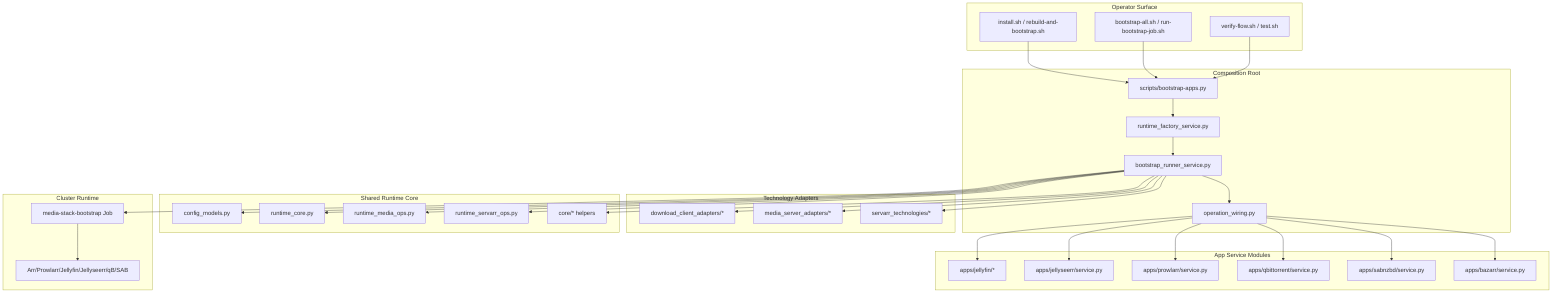
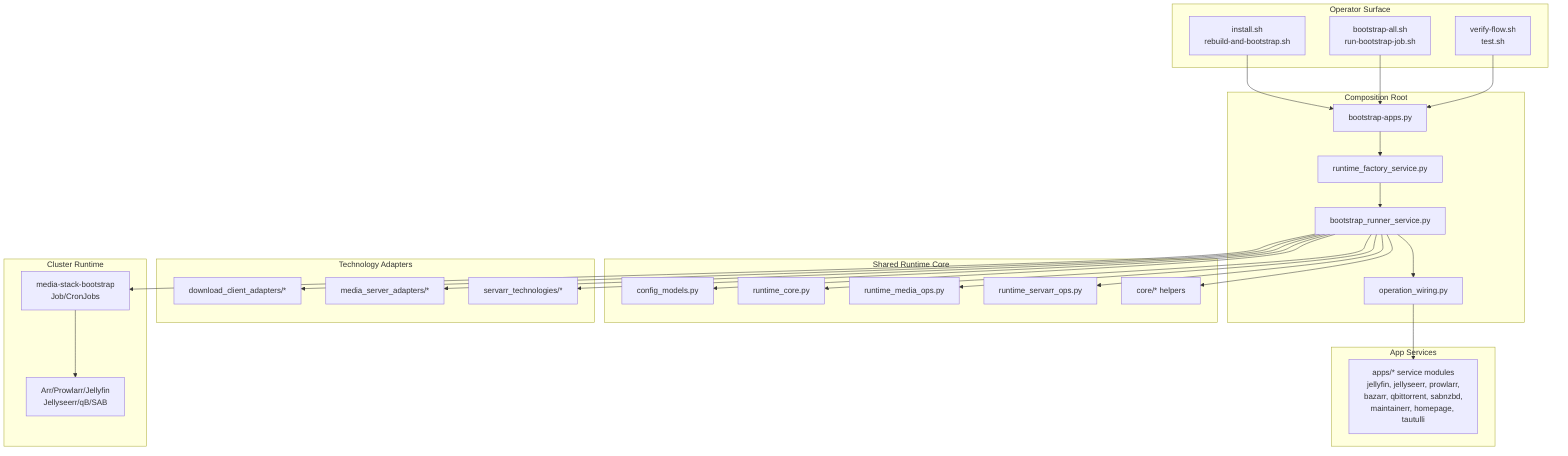
- flowchart TB
+ flowchart TD
  subgraph Operators[Operator Surface]
-     SH1[install.sh / rebuild-and-bootstrap.sh]
-     SH2[bootstrap-all.sh / run-bootstrap-job.sh]
-     SH3[verify-flow.sh / test.sh]
+     SH1["install.sh\nrebuild-and-bootstrap.sh"]
+     SH2["bootstrap-all.sh\nrun-bootstrap-job.sh"]
+     SH3["verify-flow.sh\ntest.sh"]
  end

  subgraph Entry[Composition Root]
-     MAIN[scripts/bootstrap-apps.py]
-     RF[runtime_factory_service.py]
-     RUN[bootstrap_runner_service.py]
-     WIRE[operation_wiring.py]
+     MAIN["bootstrap-apps.py"]
+     RF["runtime_factory_service.py"]
+     RUN["bootstrap_runner_service.py"]
+     WIRE["operation_wiring.py"]
  end

-   subgraph AppSvc[App Service Modules]
-     JF[apps/jellyfin/*]
-     JS[apps/jellyseerr/service.py]
-     PR[apps/prowlarr/service.py]
-     QB[apps/qbittorrent/service.py]
-     SAB[apps/sabnzbd/service.py]
-     BAZ[apps/bazarr/service.py]
+   subgraph Core[Shared Runtime Core]
+     CFG["config_models.py"]
+     CORE_RT["runtime_core.py"]
+     MED["runtime_media_ops.py"]
+     ARR["runtime_servarr_ops.py"]
+     LIB["core/* helpers"]
  end

  subgraph Adapters[Technology Adapters]
-     DL[download_client_adapters/*]
-     MS[media_server_adapters/*]
-     SA[servarr_technologies/*]
+     DL["download_client_adapters/*"]
+     MS["media_server_adapters/*"]
+     SA["servarr_technologies/*"]
  end

-   subgraph Core[Shared Runtime Core]
-     CFG[config_models.py]
-     CORE[runtime_core.py]
-     MED[runtime_media_ops.py]
-     ARR[runtime_servarr_ops.py]
-     LIB[core/* helpers]
+   subgraph AppSvc[App Services]
+     APPMOD["apps/* service modules\njellyfin, jellyseerr, prowlarr,\nbazarr, qbittorrent, sabnzbd,\nmaintainerr, homepage, tautulli"]
  end

  subgraph Runtime[Cluster Runtime]
-     JOB[media-stack-bootstrap Job]
-     APPS[Arr/Prowlarr/Jellyfin/Jellyseerr/qB/SAB]
+     JOB["media-stack-bootstrap\nJob/CronJobs"]
+     APPS["Arr/Prowlarr/Jellyfin\nJellyseerr/qB/SAB"]
  end

  SH1 --> MAIN
  SH2 --> MAIN
  SH3 --> MAIN
-   MAIN --> RF --> RUN
-   RUN --> WIRE

-   WIRE --> JF
-   WIRE --> JS
-   WIRE --> PR
-   WIRE --> QB
-   WIRE --> SAB
-   WIRE --> BAZ
+   MAIN --> RF --> RUN --> WIRE
+ 
+   RUN --> CFG
+   RUN --> CORE_RT
+   RUN --> MED
+   RUN --> ARR
+   RUN --> LIB

  RUN --> DL
  RUN --> MS
  RUN --> SA

-   RUN --> CFG
-   RUN --> CORE
-   RUN --> MED
-   RUN --> ARR
-   RUN --> LIB
+   WIRE --> APPMOD

  RUN --> JOB --> APPS
